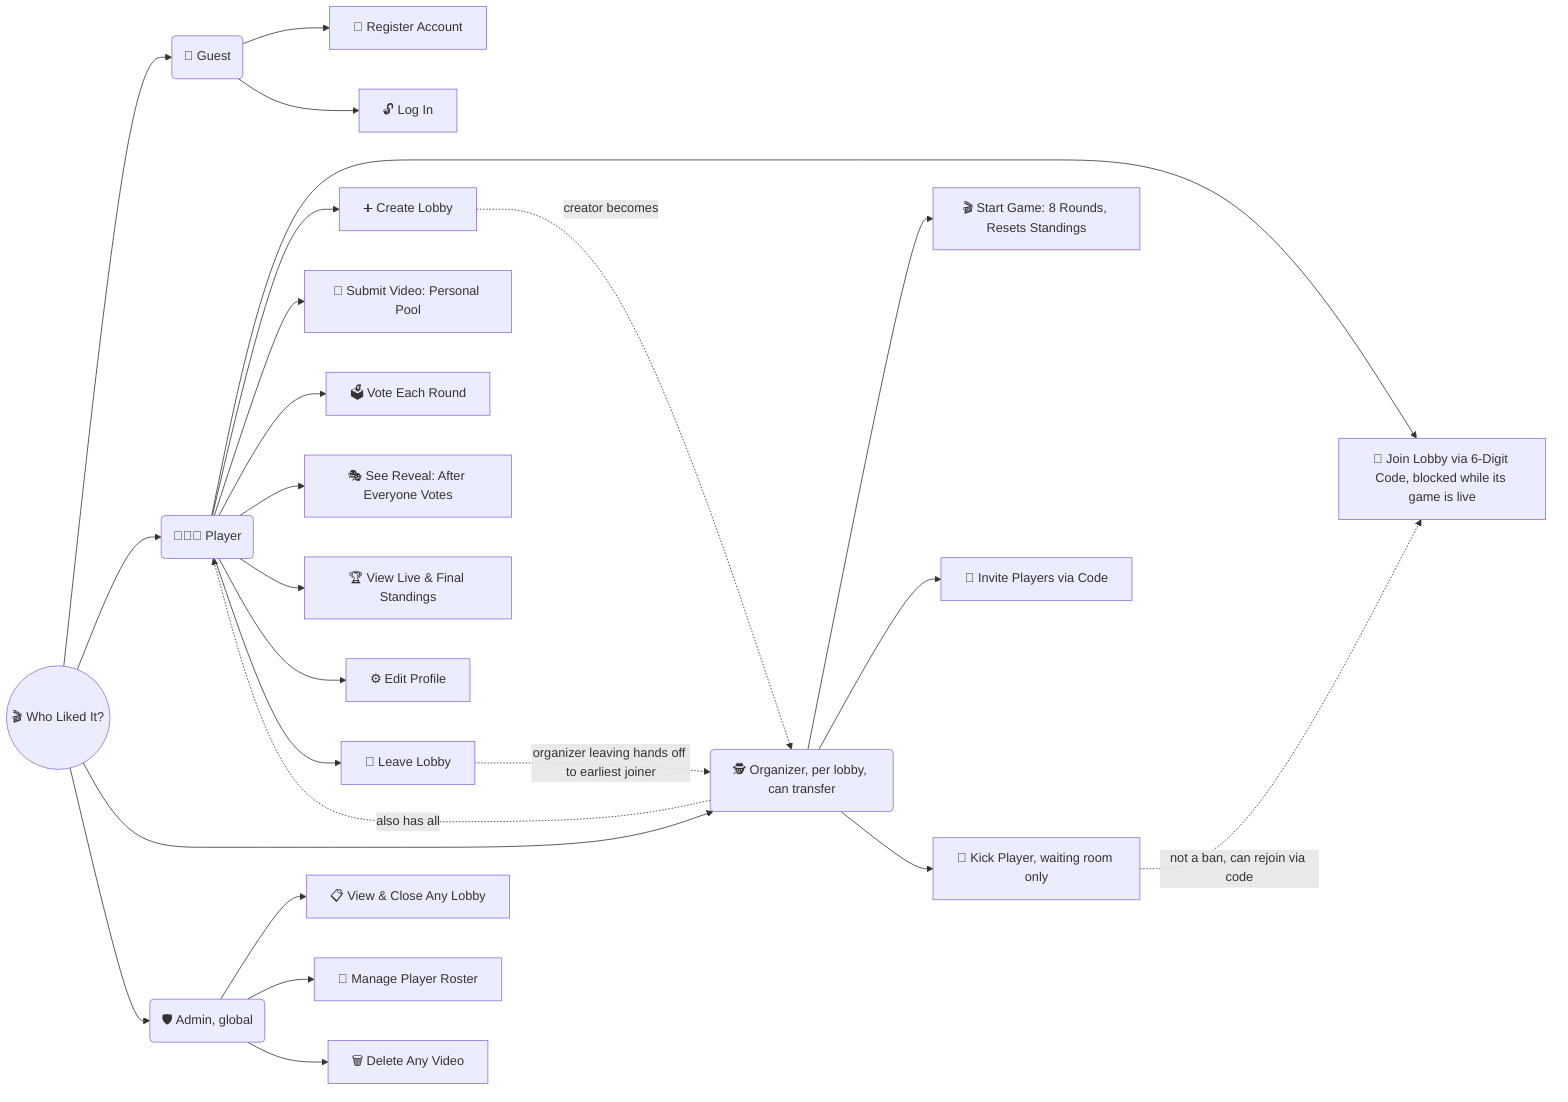
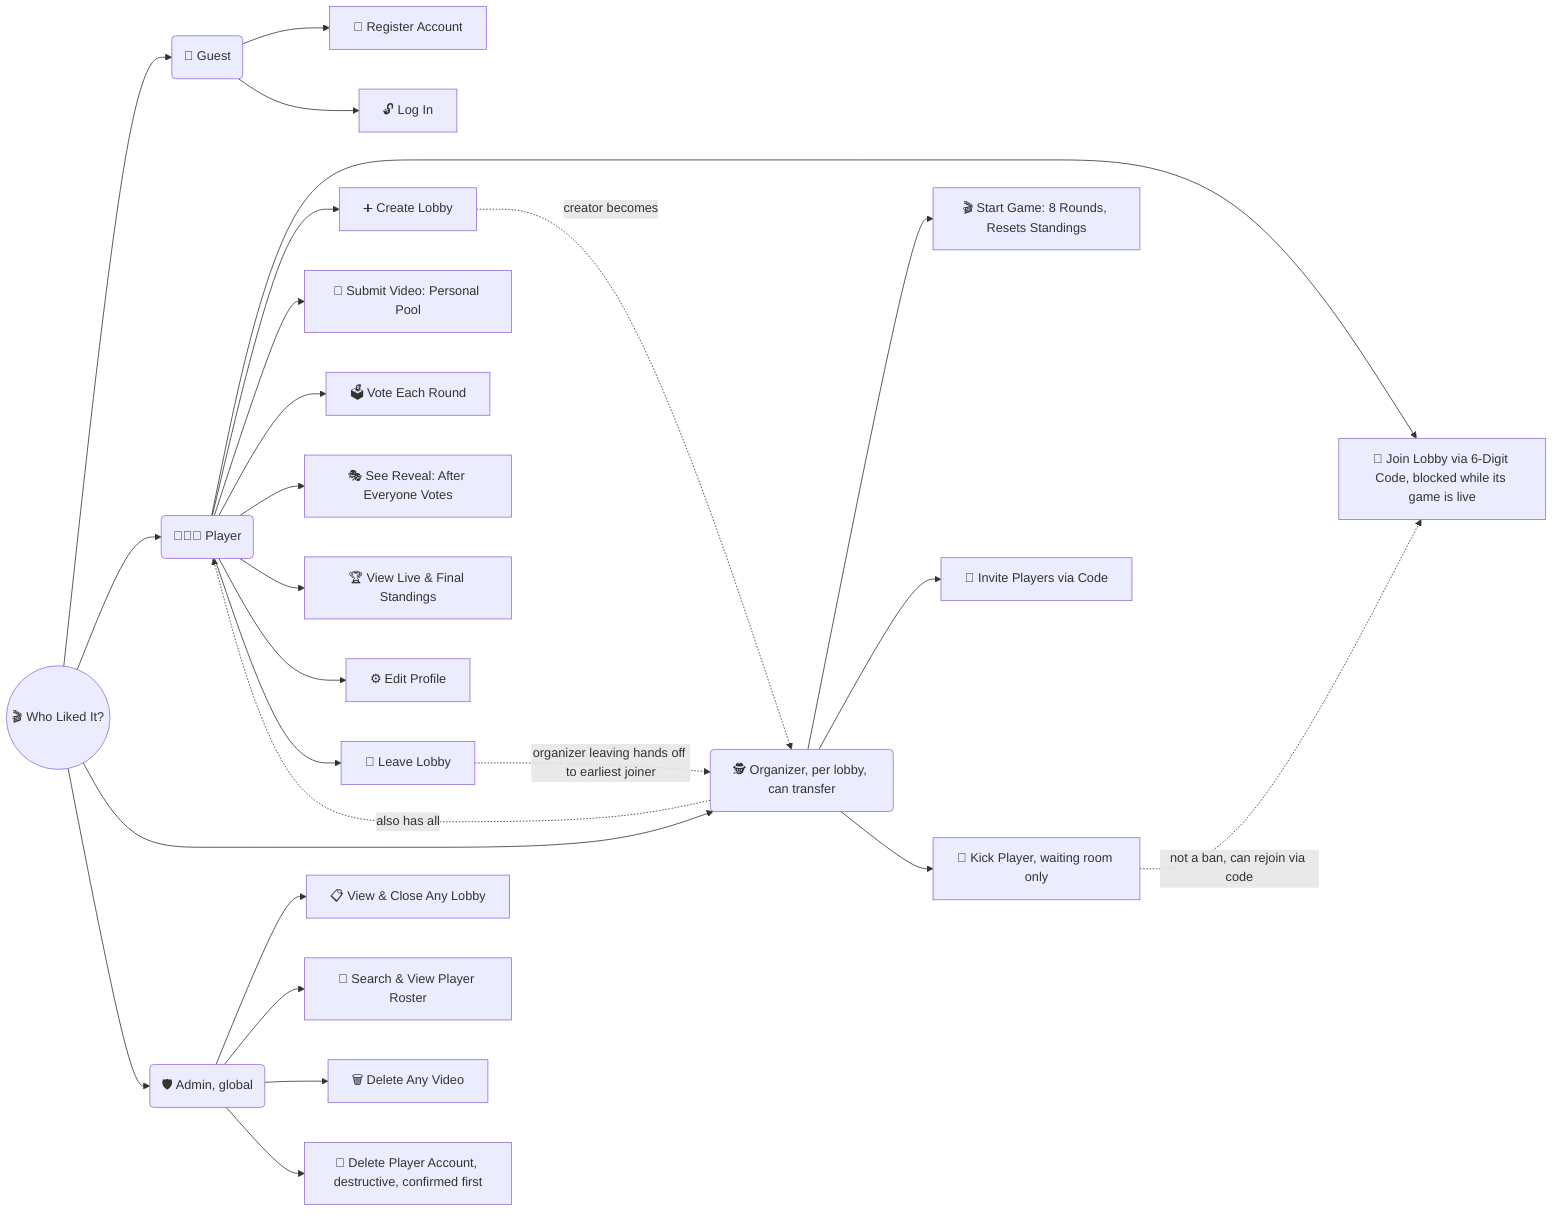
graph LR
  Root((🎬 Who Liked It?))

  Root --> Guest(🧍 Guest)
  Guest --> G1[📝 Register Account]
  Guest --> G2[🔓 Log In]

  Root --> Player(🧑‍🤝‍🧑 Player)
  Player --> P1[🔑 Join Lobby via 6-Digit Code, blocked while its game is live]
  Player --> P2[➕ Create Lobby]
  Player --> P3[📼 Submit Video: Personal Pool]
  Player --> P4[🗳️ Vote Each Round]
  Player --> P5[🎭 See Reveal: After Everyone Votes]
  Player --> P6[🏆 View Live &amp; Final Standings]
  Player --> P7[⚙️ Edit Profile]
  Player --> P8[🚪 Leave Lobby]

  Root --> Organizer(🕵️ Organizer, per lobby, can transfer)
  Organizer --> O1[🎬 Start Game: 8 Rounds, Resets Standings]
  Organizer --> O2[📣 Invite Players via Code]
  Organizer --> O3[👢 Kick Player, waiting room only]
  Organizer -.->|also has all| Player
  P2 -.->|creator becomes| Organizer
  P8 -.->|organizer leaving hands off to earliest joiner| Organizer
  O3 -.->|not a ban, can rejoin via code| P1

  Root --> Admin(🛡️ Admin, global)
  Admin --> A1[📋 View &amp; Close Any Lobby]
-   Admin --> A2[👥 Manage Player Roster]
+   Admin --> A2[👥 Search &amp; View Player Roster]
  Admin --> A3[🗑️ Delete Any Video]
+   Admin --> A4[🚫 Delete Player Account, destructive, confirmed first]
